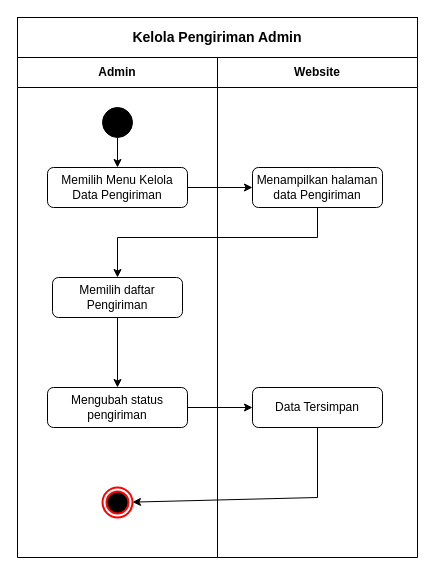
Earlier version of the draw.io diagram page "Activity: KelolaPermintaanSupplyAdmin" (5 of 18) of diagram-macha/Macha_Diagrams.drawio (FikriBintangx/Macha). Source tidied: cells renumbered, new cells numbered last; positions are measured from the earlier drawing's top-left corner, leaving out a move shared by most shapes. Both pictures are drawn from the tidied source at 100%, with x=0, y=0 at pixel (17, 17).
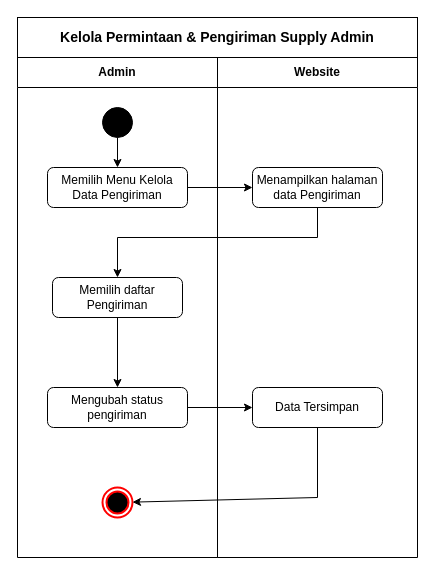
Above is the later version.

Commit message (it also covers changes not shown here):
docs: align Supplier actor usecases with Supply Chain domain in diagrams

Change to the diagram source:
```diff
@@
-    <mxCell id="17" value="Kelola Pengiriman Admin" style="rounded=0;whiteSpace=wrap;html=1;fontStyle=1;fontSize=14;fillColor=#ffffff;strokeColor=#000000;align=center;verticalAlign=middle;" parent="1" vertex="1">
+    <mxCell id="17" value="Kelola Permintaan &amp; Pengiriman Supply Admin" style="rounded=0;whiteSpace=wrap;html=1;fontStyle=1;fontSize=14;fillColor=#ffffff;strokeColor=#000000;align=center;verticalAlign=middle;" parent="1" vertex="1">
       <mxGeometry width="400" height="40" as="geometry" />
     </mxCell>
```
